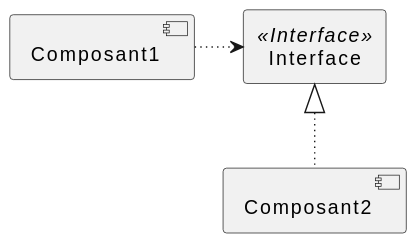
This is out/plant_uml/interfaceDependenciesExample/interfaceDependenciesExample.svg from gigl-uml/Guide_uml_polymtl, a PlantUML export, as it was before one commit. Its diagram source:
```plantuml
@startuml
hide circle

component Composant1
component Composant2
rectangle Interface <<Interface>>

Interface <-l[dotted]- Composant1
Interface <|-[dotted]- Composant2
@enduml
```
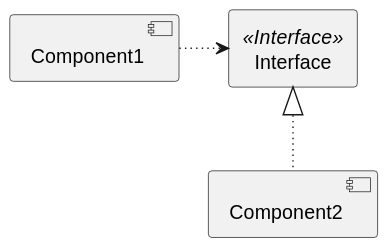
After the commit.

Diff of the diagram source:
```diff
@@ -1,10 +1,10 @@
 @startuml
 hide circle
 
-component Composant1
-component Composant2
+component Component1
+component Component2
 rectangle Interface <<Interface>>
 
-Interface <-l[dotted]- Composant1
-Interface <|-[dotted]- Composant2
+Interface <-[dotted]l- Component1
+Interface <|-[dotted]- Component2
 @enduml
```
